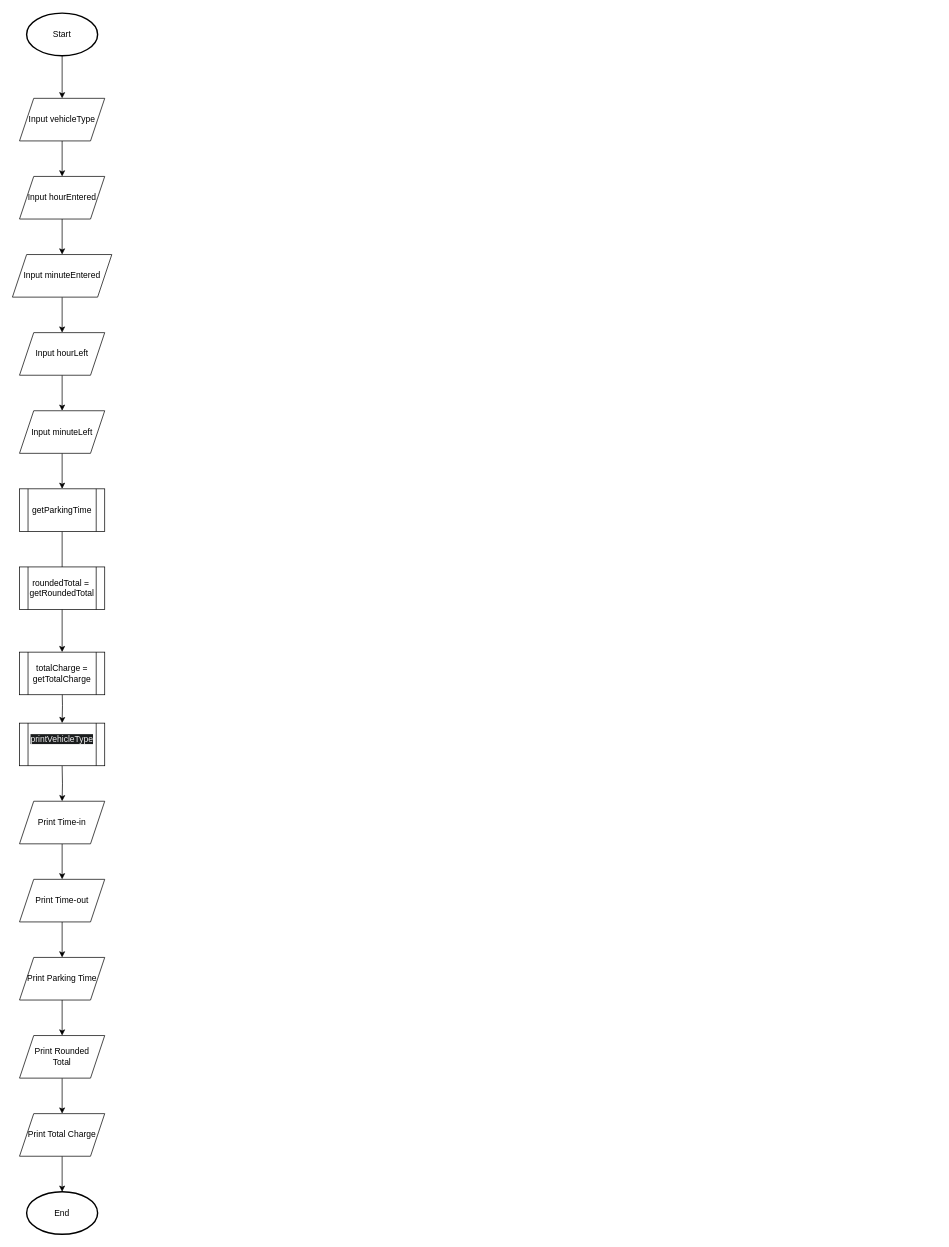
This is page "Page-1" (1 of 2) of C Programming/parking_fare/parking_fare.drawio from skaarfundgandr/CC-COMPPROG11, a draw.io file, before an edit. Source tidied: cells renumbered, new cells numbered last; positions are measured from the earlier drawing's top-left corner, leaving out a move shared by most shapes. Both pictures are drawn from the tidied source at 71%, with x=0, y=0 at pixel (12, 13).
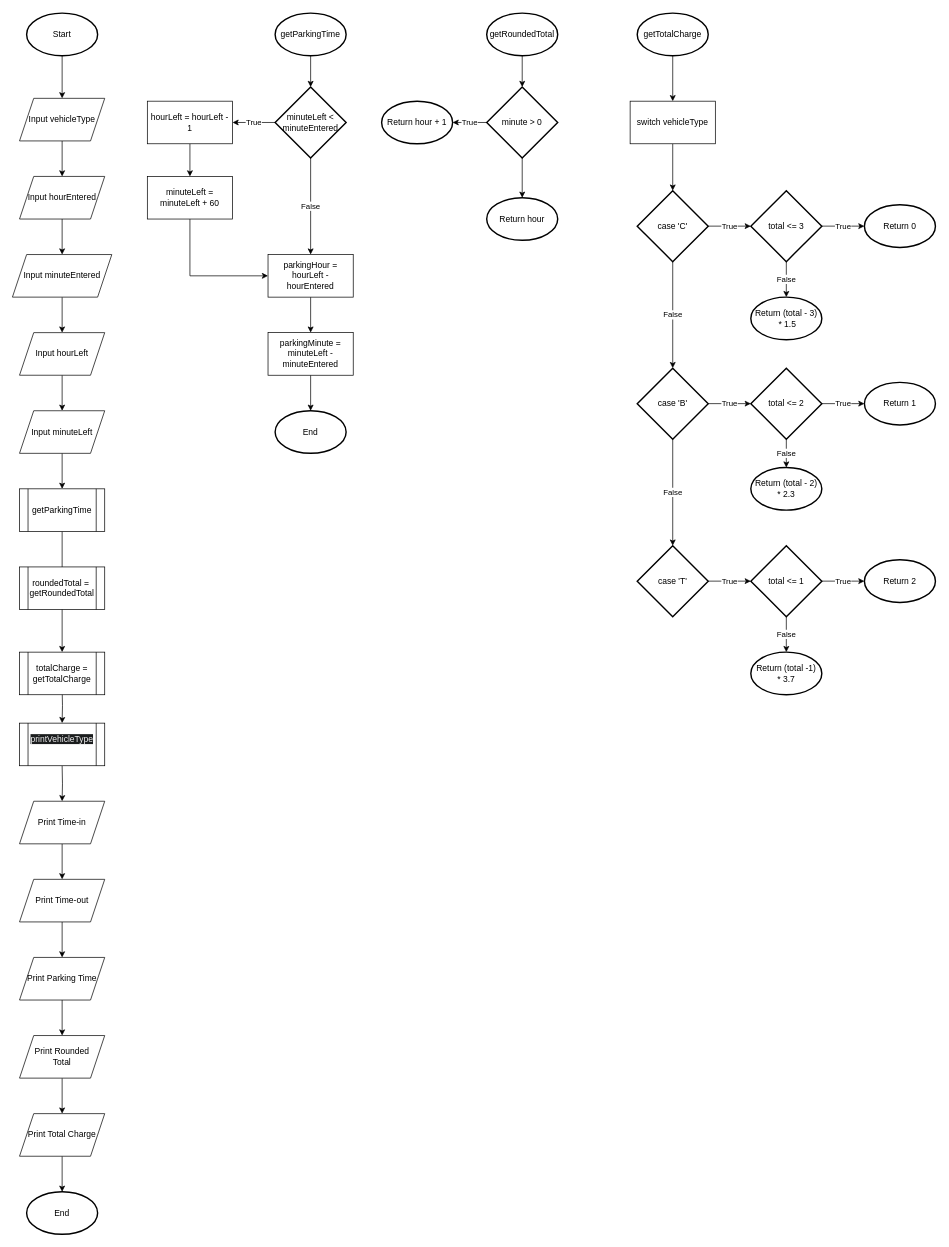
The same page after the edit.

Commit message (it also covers changes not shown here):
Updated code and added flowchart for parking_fare

What changed in the source:
```diff
@@
+    <mxCell id="32" style="edgeStyle=orthogonalEdgeStyle;rounded=0;jettySize=auto;html=1;" parent="1" edge="1" source="33" target="36">
+      <mxGeometry relative="1" as="geometry" />
+    </mxCell>
+    <mxCell id="33" value="getParkingTime" style="strokeWidth=2;html=1;shape=mxgraph.flowchart.start_1;whiteSpace=wrap;" parent="1" vertex="1">
+      <mxGeometry x="370" width="100" height="60" as="geometry" />
+    </mxCell>
+    <mxCell id="34" value="True" style="edgeStyle=orthogonalEdgeStyle;rounded=0;jettySize=auto;html=1;" parent="1" edge="1" source="36" target="38">
+      <mxGeometry relative="1" as="geometry" />
+    </mxCell>
+    <mxCell id="35" value="False" style="edgeStyle=orthogonalEdgeStyle;rounded=0;jettySize=auto;html=1;entryX=0.5;entryY=0;entryDx=0;entryDy=0;" parent="1" edge="1" source="36" target="42">
+      <mxGeometry relative="1" as="geometry" />
+    </mxCell>
+    <mxCell id="36" value="minuteLeft &amp;lt;&lt;br&gt;minuteEntered" style="strokeWidth=2;html=1;shape=mxgraph.flowchart.decision;whiteSpace=wrap;" parent="1" vertex="1">
+      <mxGeometry x="370" y="104" width="100" height="100" as="geometry" />
+    </mxCell>
+    <mxCell id="37" style="edgeStyle=orthogonalEdgeStyle;rounded=0;jettySize=auto;html=1;" parent="1" edge="1" source="38" target="40">
+      <mxGeometry relative="1" as="geometry" />
+    </mxCell>
+    <mxCell id="38" value="hourLeft = hourLeft - 1" style="rounded=0;whiteSpace=wrap;html=1;" parent="1" vertex="1">
+      <mxGeometry x="190" y="124" width="120" height="60" as="geometry" />
+    </mxCell>
+    <mxCell id="39" style="edgeStyle=orthogonalEdgeStyle;rounded=0;jettySize=auto;html=1;entryX=0;entryY=0.5;entryDx=0;entryDy=0;" parent="1" edge="1" source="40" target="42">
+      <mxGeometry relative="1" as="geometry">
+        <Array as="points">
+          <mxPoint x="250" y="370" />
+        </Array>
+      </mxGeometry>
+    </mxCell>
+    <mxCell id="40" value="minuteLeft = minuteLeft + 60" style="rounded=0;whiteSpace=wrap;html=1;" parent="1" vertex="1">
+      <mxGeometry x="190" y="230" width="120" height="60" as="geometry" />
+    </mxCell>
+    <mxCell id="41" style="edgeStyle=orthogonalEdgeStyle;rounded=0;jettySize=auto;html=1;" parent="1" edge="1" source="42" target="44">
+      <mxGeometry relative="1" as="geometry" />
+    </mxCell>
+    <mxCell id="42" value="parkingHour = hourLeft - hourEntered" style="rounded=0;whiteSpace=wrap;html=1;" parent="1" vertex="1">
+      <mxGeometry x="360" y="340" width="120" height="60" as="geometry" />
+    </mxCell>
+    <mxCell id="43" style="edgeStyle=orthogonalEdgeStyle;rounded=0;jettySize=auto;html=1;" parent="1" edge="1" source="44" target="45">
+      <mxGeometry relative="1" as="geometry" />
+    </mxCell>
+    <mxCell id="44" value="parkingMinute = minuteLeft - minuteEntered" style="rounded=0;whiteSpace=wrap;html=1;" parent="1" vertex="1">
+      <mxGeometry x="360" y="450" width="120" height="60" as="geometry" />
+    </mxCell>
+    <mxCell id="45" value="End" style="strokeWidth=2;html=1;shape=mxgraph.flowchart.start_1;whiteSpace=wrap;" parent="1" vertex="1">
+      <mxGeometry x="370" y="560" width="100" height="60" as="geometry" />
+    </mxCell>
+    <mxCell id="46" style="edgeStyle=orthogonalEdgeStyle;rounded=0;jettySize=auto;html=1;" parent="1" edge="1" source="47" target="50">
+      <mxGeometry relative="1" as="geometry" />
+    </mxCell>
+    <mxCell id="47" value="getRoundedTotal" style="strokeWidth=2;html=1;shape=mxgraph.flowchart.start_1;whiteSpace=wrap;" parent="1" vertex="1">
+      <mxGeometry x="668" width="100" height="60" as="geometry" />
+    </mxCell>
+    <mxCell id="48" value="True" style="edgeStyle=orthogonalEdgeStyle;rounded=0;jettySize=auto;html=1;" parent="1" edge="1" source="50" target="51">
+      <mxGeometry relative="1" as="geometry" />
+    </mxCell>
+    <mxCell id="49" style="edgeStyle=orthogonalEdgeStyle;rounded=0;jettySize=auto;html=1;" parent="1" edge="1" source="50" target="52">
+      <mxGeometry relative="1" as="geometry" />
+    </mxCell>
+    <mxCell id="50" value="minute &amp;gt; 0" style="strokeWidth=2;html=1;shape=mxgraph.flowchart.decision;whiteSpace=wrap;" parent="1" vertex="1">
+      <mxGeometry x="668" y="104" width="100" height="100" as="geometry" />
+    </mxCell>
+    <mxCell id="51" value="Return hour + 1" style="strokeWidth=2;html=1;shape=mxgraph.flowchart.start_1;whiteSpace=wrap;" parent="1" vertex="1">
+      <mxGeometry x="520" y="124" width="100" height="60" as="geometry" />
+    </mxCell>
+    <mxCell id="52" value="Return hour" style="strokeWidth=2;html=1;shape=mxgraph.flowchart.start_1;whiteSpace=wrap;" parent="1" vertex="1">
+      <mxGeometry x="668" y="260" width="100" height="60" as="geometry" />
+    </mxCell>
+    <mxCell id="53" style="edgeStyle=orthogonalEdgeStyle;rounded=0;jettySize=auto;html=1;" parent="1" edge="1" source="54" target="56">
+      <mxGeometry relative="1" as="geometry" />
+    </mxCell>
+    <mxCell id="54" value="getTotalCharge" style="strokeWidth=2;html=1;shape=mxgraph.flowchart.start_1;whiteSpace=wrap;" parent="1" vertex="1">
+      <mxGeometry x="880" width="100" height="60" as="geometry" />
+    </mxCell>
+    <mxCell id="55" style="edgeStyle=orthogonalEdgeStyle;rounded=0;jettySize=auto;html=1;" parent="1" edge="1" source="56" target="64">
+      <mxGeometry relative="1" as="geometry" />
+    </mxCell>
+    <mxCell id="56" value="switch vehicleType" style="rounded=0;whiteSpace=wrap;html=1;" parent="1" vertex="1">
+      <mxGeometry x="870" y="124" width="120" height="60" as="geometry" />
+    </mxCell>
+    <mxCell id="57" value="True" style="edgeStyle=orthogonalEdgeStyle;rounded=0;jettySize=auto;html=1;" parent="1" edge="1" source="59" target="79">
+      <mxGeometry relative="1" as="geometry" />
+    </mxCell>
+    <mxCell id="58" value="False" style="edgeStyle=orthogonalEdgeStyle;rounded=0;jettySize=auto;html=1;" parent="1" edge="1" source="59" target="78">
+      <mxGeometry relative="1" as="geometry" />
+    </mxCell>
+    <mxCell id="59" value="total &amp;lt;= 1" style="strokeWidth=2;html=1;shape=mxgraph.flowchart.decision;whiteSpace=wrap;" parent="1" vertex="1">
+      <mxGeometry x="1040" y="750" width="100" height="100" as="geometry" />
+    </mxCell>
+    <mxCell id="60" value="True" style="edgeStyle=orthogonalEdgeStyle;rounded=0;jettySize=auto;html=1;" parent="1" edge="1" source="61" target="59">
+      <mxGeometry relative="1" as="geometry" />
+    </mxCell>
+    <mxCell id="61" value="case 'T'" style="strokeWidth=2;html=1;shape=mxgraph.flowchart.decision;whiteSpace=wrap;" parent="1" vertex="1">
+      <mxGeometry x="880" y="750" width="100" height="100" as="geometry" />
+    </mxCell>
+    <mxCell id="62" value="True" style="edgeStyle=orthogonalEdgeStyle;rounded=0;jettySize=auto;html=1;" parent="1" edge="1" source="64" target="73">
+      <mxGeometry relative="1" as="geometry" />
+    </mxCell>
+    <mxCell id="63" value="False" style="edgeStyle=orthogonalEdgeStyle;rounded=0;jettySize=auto;html=1;" parent="1" edge="1" source="64" target="70">
+      <mxGeometry relative="1" as="geometry" />
+    </mxCell>
+    <mxCell id="64" value="case 'C'" style="strokeWidth=2;html=1;shape=mxgraph.flowchart.decision;whiteSpace=wrap;" parent="1" vertex="1">
+      <mxGeometry x="880" y="250" width="100" height="100" as="geometry" />
+    </mxCell>
+    <mxCell id="65" value="True" style="edgeStyle=orthogonalEdgeStyle;rounded=0;jettySize=auto;html=1;" parent="1" edge="1" source="67" target="76">
+      <mxGeometry relative="1" as="geometry" />
+    </mxCell>
+    <mxCell id="66" value="False" style="edgeStyle=orthogonalEdgeStyle;rounded=0;jettySize=auto;html=1;" parent="1" edge="1" source="67" target="77">
+      <mxGeometry relative="1" as="geometry" />
+    </mxCell>
+    <mxCell id="67" value="total &amp;lt;= 2" style="strokeWidth=2;html=1;shape=mxgraph.flowchart.decision;whiteSpace=wrap;" parent="1" vertex="1">
+      <mxGeometry x="1040" y="500" width="100" height="100" as="geometry" />
+    </mxCell>
+    <mxCell id="68" value="True" style="edgeStyle=orthogonalEdgeStyle;rounded=0;jettySize=auto;html=1;" parent="1" edge="1" source="70" target="67">
+      <mxGeometry relative="1" as="geometry" />
+    </mxCell>
+    <mxCell id="69" value="False" style="edgeStyle=orthogonalEdgeStyle;rounded=0;jettySize=auto;html=1;" parent="1" edge="1" source="70" target="61">
+      <mxGeometry relative="1" as="geometry" />
+    </mxCell>
+    <mxCell id="70" value="case 'B'" style="strokeWidth=2;html=1;shape=mxgraph.flowchart.decision;whiteSpace=wrap;" parent="1" vertex="1">
+      <mxGeometry x="880" y="500" width="100" height="100" as="geometry" />
+    </mxCell>
+    <mxCell id="71" value="True" style="edgeStyle=orthogonalEdgeStyle;rounded=0;jettySize=auto;html=1;" parent="1" edge="1" source="73" target="74">
+      <mxGeometry relative="1" as="geometry" />
+    </mxCell>
+    <mxCell id="72" value="False" style="edgeStyle=orthogonalEdgeStyle;rounded=0;jettySize=auto;html=1;" parent="1" edge="1" source="73" target="75">
+      <mxGeometry relative="1" as="geometry" />
+    </mxCell>
+    <mxCell id="73" value="total &amp;lt;= 3" style="strokeWidth=2;html=1;shape=mxgraph.flowchart.decision;whiteSpace=wrap;" parent="1" vertex="1">
+      <mxGeometry x="1040" y="250" width="100" height="100" as="geometry" />
+    </mxCell>
+    <mxCell id="74" value="Return 0" style="strokeWidth=2;html=1;shape=mxgraph.flowchart.start_1;whiteSpace=wrap;" parent="1" vertex="1">
+      <mxGeometry x="1200" y="270" width="100" height="60" as="geometry" />
+    </mxCell>
+    <mxCell id="75" value="Return (total - 3)&lt;br&gt;&amp;nbsp;* 1.5" style="strokeWidth=2;html=1;shape=mxgraph.flowchart.start_1;whiteSpace=wrap;" parent="1" vertex="1">
+      <mxGeometry x="1040" y="400" width="100" height="60" as="geometry" />
+    </mxCell>
+    <mxCell id="76" value="Return 1" style="strokeWidth=2;html=1;shape=mxgraph.flowchart.start_1;whiteSpace=wrap;" parent="1" vertex="1">
+      <mxGeometry x="1200" y="520" width="100" height="60" as="geometry" />
+    </mxCell>
+    <mxCell id="77" value="Return (total - 2)&lt;br&gt;* 2.3" style="strokeWidth=2;html=1;shape=mxgraph.flowchart.start_1;whiteSpace=wrap;" parent="1" vertex="1">
+      <mxGeometry x="1040" y="640" width="100" height="60" as="geometry" />
+    </mxCell>
+    <mxCell id="78" value="Return (total -1)&lt;br&gt;* 3.7" style="strokeWidth=2;html=1;shape=mxgraph.flowchart.start_1;whiteSpace=wrap;" parent="1" vertex="1">
+      <mxGeometry x="1040" y="900" width="100" height="60" as="geometry" />
+    </mxCell>
+    <mxCell id="79" value="Return 2" style="strokeWidth=2;html=1;shape=mxgraph.flowchart.start_1;whiteSpace=wrap;" parent="1" vertex="1">
+      <mxGeometry x="1200" y="770" width="100" height="60" as="geometry" />
+    </mxCell>
```
